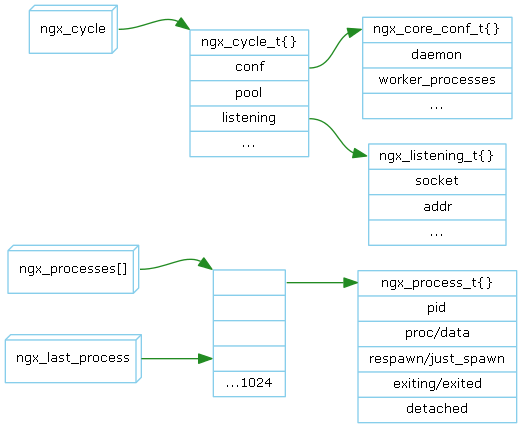
The Graphviz diagram doc/Graph/process_model/data_structure.png in lingjf/nginx_analyse, before a commit. Its source is kept beside it as doc/Graph/process_model/data_structure.gv.
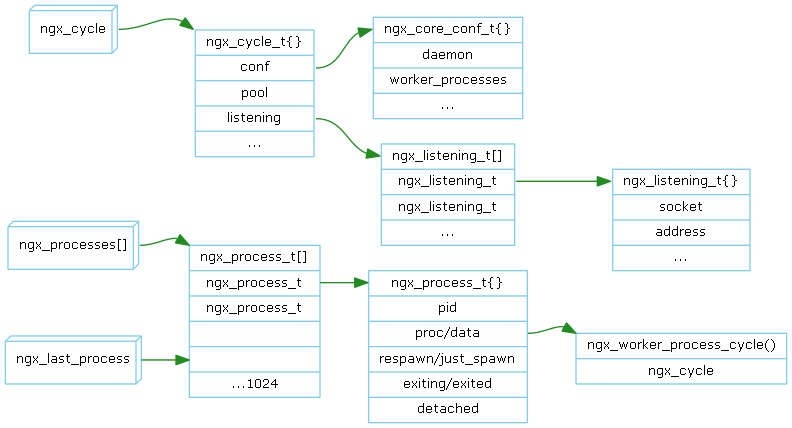
The same file after the commit.

What changed in the source:
```diff
@@ -5,19 +5,24 @@
 
    ngx_processes [shape="box3d", label="ngx_processes[]"];
    ngx_last_process [shape="box3d", label="ngx_last_process"];
-   ngx_processes_array [label="<1>|<2>||<3>|...1024"];
+   ngx_processes_array [label="ngx_process_t\[\]|<n1>ngx_process_t|<n2>ngx_process_t||<n3>|...1024"];
    ngx_process_t [label="<h>ngx_process_t\{\}|<pid>pid|<proc>proc/data|respawn/just_spawn|exiting/exited|detached"];
+   ngx_routine [label="<h>ngx_worker_process_cycle()|ngx_cycle"];
 
    ngx_processes:e -> ngx_processes_array:nw;
-   ngx_last_process:e -> ngx_processes_array:3;
-   ngx_processes_array:1 -> ngx_process_t:h;
+   ngx_last_process:e -> ngx_processes_array:n3;
+   ngx_processes_array:n1 -> ngx_process_t:h;
+   ngx_process_t:proc -> ngx_routine:h:nw;
 
    ngx_cycle [shape="box3d", label="ngx_cycle"];
    ngx_cycle_t [label="<h>ngx_cycle_t\{\}|<conf>conf|pool|<listening>listening|..."];
    ngx_core_conf_t [label="<h>ngx_core_conf_t\{\}|<daemon>daemon|<worker_processes>worker_processes|..."];
-   ngx_listening_t [label="<h>ngx_listening_t\{\}|socket|addr|..."];
+   ngx_listening_array [label="<h>ngx_listening_t\[\]|<n1>ngx_listening_t|<n2>ngx_listening_t|..."];
+   ngx_listening_t [label="<h>ngx_listening_t\{\}|socket|address|..."];
 
    ngx_cycle:e->ngx_cycle_t:nw;
    ngx_cycle_t:conf -> ngx_core_conf_t:h;
-   ngx_cycle_t:listening -> ngx_listening_t:h;
+   ngx_cycle_t:listening -> ngx_listening_array:h;
+   ngx_listening_array:n1 -> ngx_listening_t:h;
+
 }
```
